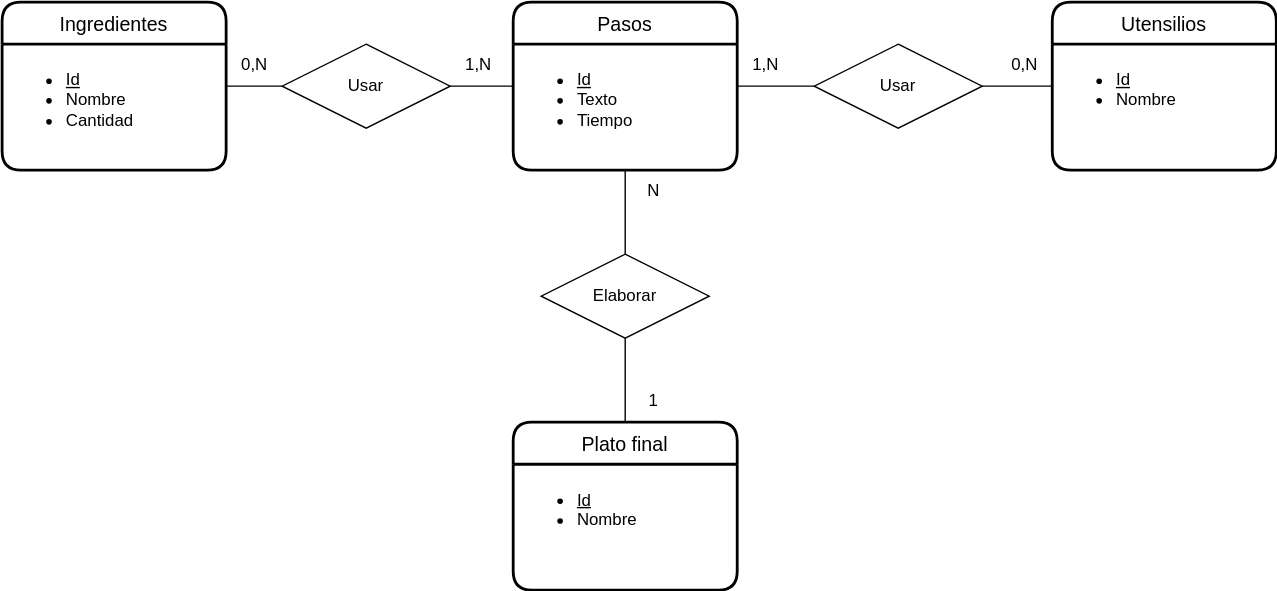
The draw.io diagram UD12-09.svg in Jimxx22/C3-UD11-UML, before a commit. Source tidied: cells renumbered, new cells last; positions are measured from the earlier drawing's top-left corner, leaving out a move shared by most shapes.
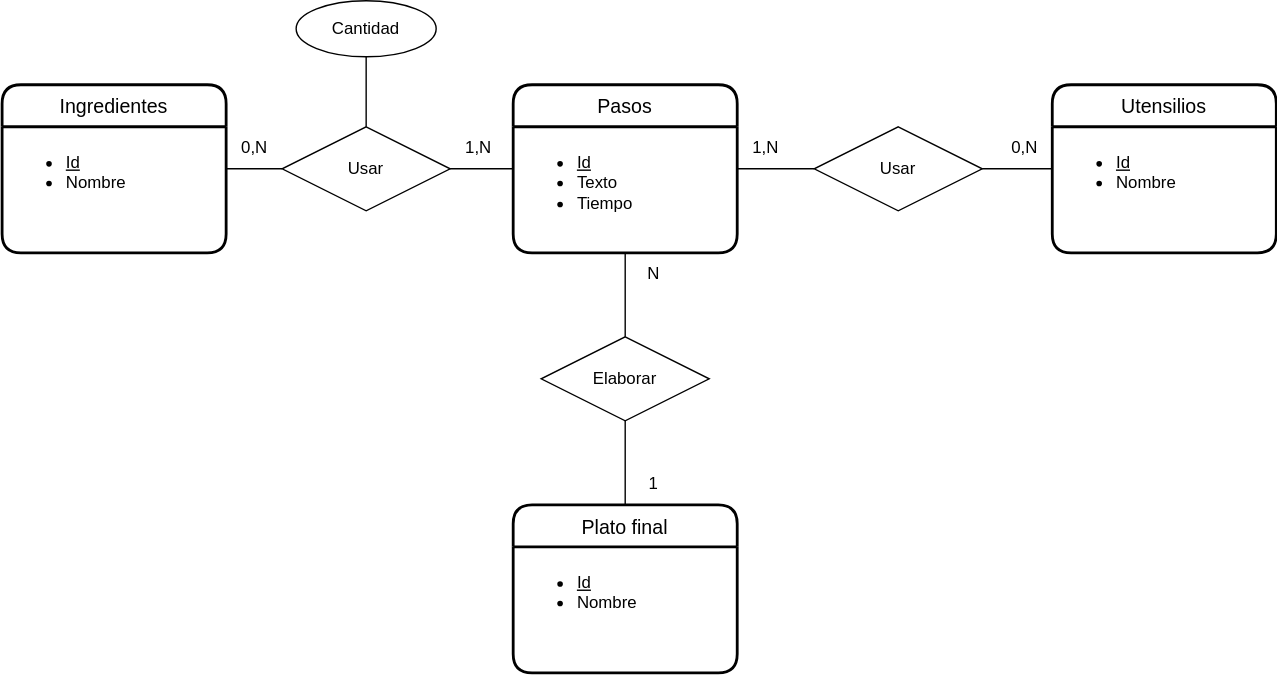
After the change.

The edit, as a diff of the source:
```diff
@@ -5,9 +5,12 @@
     <mxCell id="2" value="Ingredientes" style="swimlane;horizontal=1;startSize=30;rounded=1;fontSize=14;fontStyle=0;strokeWidth=2;shadow=0;dashed=0;align=center;" parent="1" vertex="1">
       <mxGeometry width="160" height="120" as="geometry" />
     </mxCell>
-    <mxCell id="3" value="&lt;ul&gt;&lt;li&gt;&lt;u&gt;Id&lt;/u&gt;&lt;/li&gt;&lt;li&gt;Nombre&lt;/li&gt;&lt;li&gt;Cantidad &lt;/li&gt;&lt;/ul&gt;" style="align=left;strokeColor=none;fillColor=none;spacingLeft=4;fontSize=12;verticalAlign=top;html=1;" parent="2" vertex="1">
+    <mxCell id="3" value="&lt;ul&gt;&lt;li&gt;&lt;u&gt;Id&lt;/u&gt;&lt;/li&gt;&lt;li&gt;Nombre&lt;/li&gt;&lt;/ul&gt;" style="align=left;strokeColor=none;fillColor=none;spacingLeft=4;fontSize=12;verticalAlign=top;html=1;" parent="2" vertex="1">
       <mxGeometry y="30" width="160" height="90" as="geometry" />
     </mxCell>
+    <mxCell id="25" style="edgeStyle=orthogonalEdgeStyle;rounded=0;orthogonalLoop=1;jettySize=auto;html=1;exitX=0.5;exitY=1;exitDx=0;exitDy=0;" parent="2" edge="1" source="3" target="3">
+      <mxGeometry relative="1" as="geometry" />
+    </mxCell>
     <mxCell id="4" style="edgeStyle=orthogonalEdgeStyle;rounded=0;jettySize=auto;html=1;exitX=0;exitY=0.5;exitDx=0;exitDy=0;entryX=1;entryY=0.5;entryDx=0;entryDy=0;endArrow=none;endFill=0;" parent="1" edge="1" source="5" target="15">
       <mxGeometry relative="1" as="geometry" />
     </mxCell>
@@ -76,5 +79,11 @@
     <mxCell id="24" value="N" style="text;html=1;align=center;verticalAlign=middle;strokeColor=none;fillColor=none;" parent="1" vertex="1">
       <mxGeometry x="450" y="120" width="30" height="30" as="geometry" />
     </mxCell>
+    <mxCell id="26" value="Cantidad" style="ellipse;whiteSpace=wrap;html=1;align=center;" parent="1" vertex="1">
+      <mxGeometry x="210" y="-60" width="100" height="40" as="geometry" />
+    </mxCell>
+    <mxCell id="27" style="endArrow=none;html=1;rounded=0;exitX=0.5;exitY=1;exitDx=0;exitDy=0;entryX=0.5;entryY=0;entryDx=0;entryDy=0;" parent="1" edge="1" source="26" target="13">
+      <mxGeometry relative="1" as="geometry" />
+    </mxCell>
   </root>
 </mxGraphModel>
```
